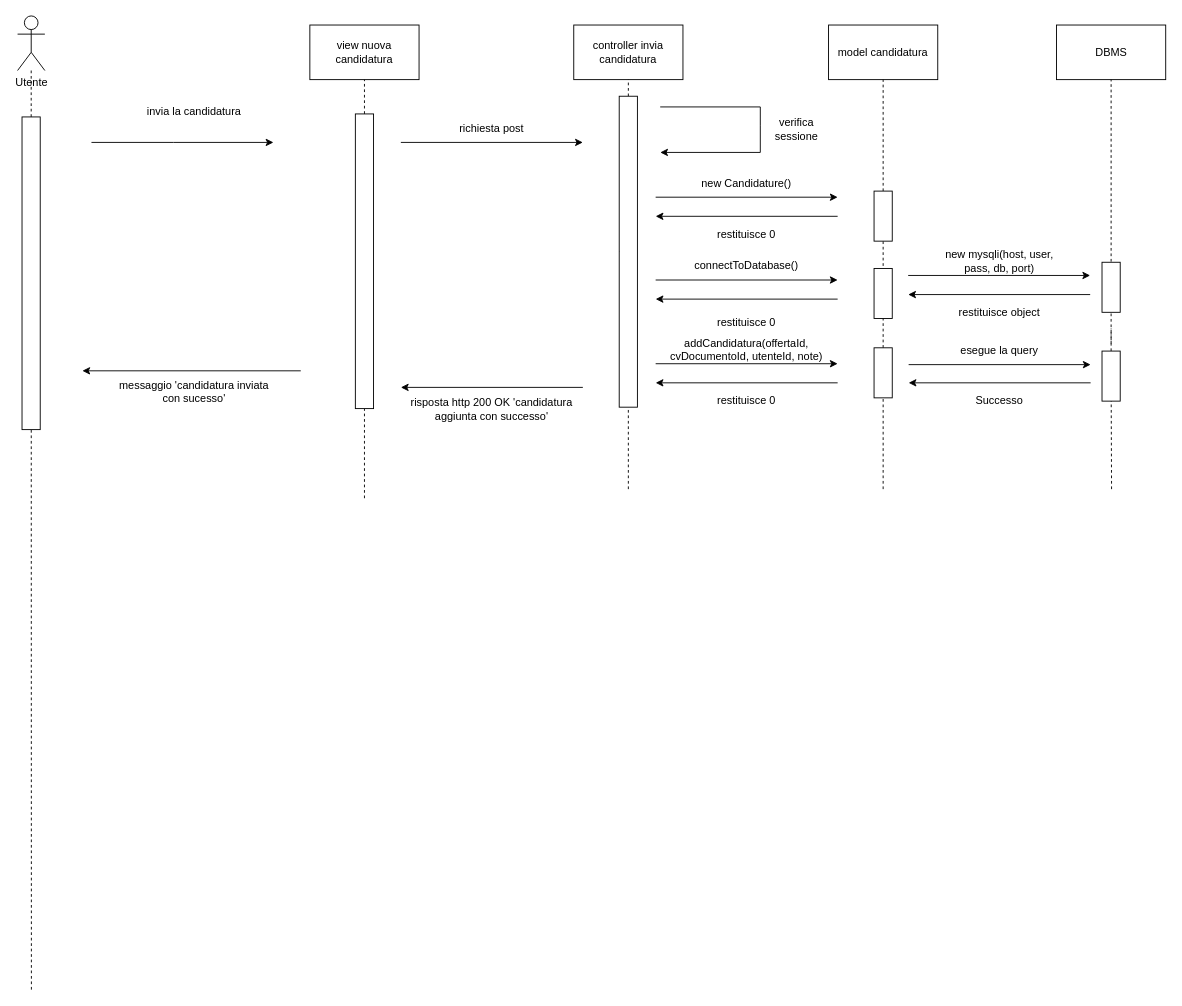
Earlier version of the draw.io diagram schemi/user/invia candidatura.drawio (Mute491/bitByte). Source tidied: cells renumbered, new cells numbered last; positions are measured from the earlier drawing's top-left corner, leaving out a move shared by most shapes. Both pictures are drawn from the tidied source at 91%, with x=0, y=0 at pixel (-126, 15).
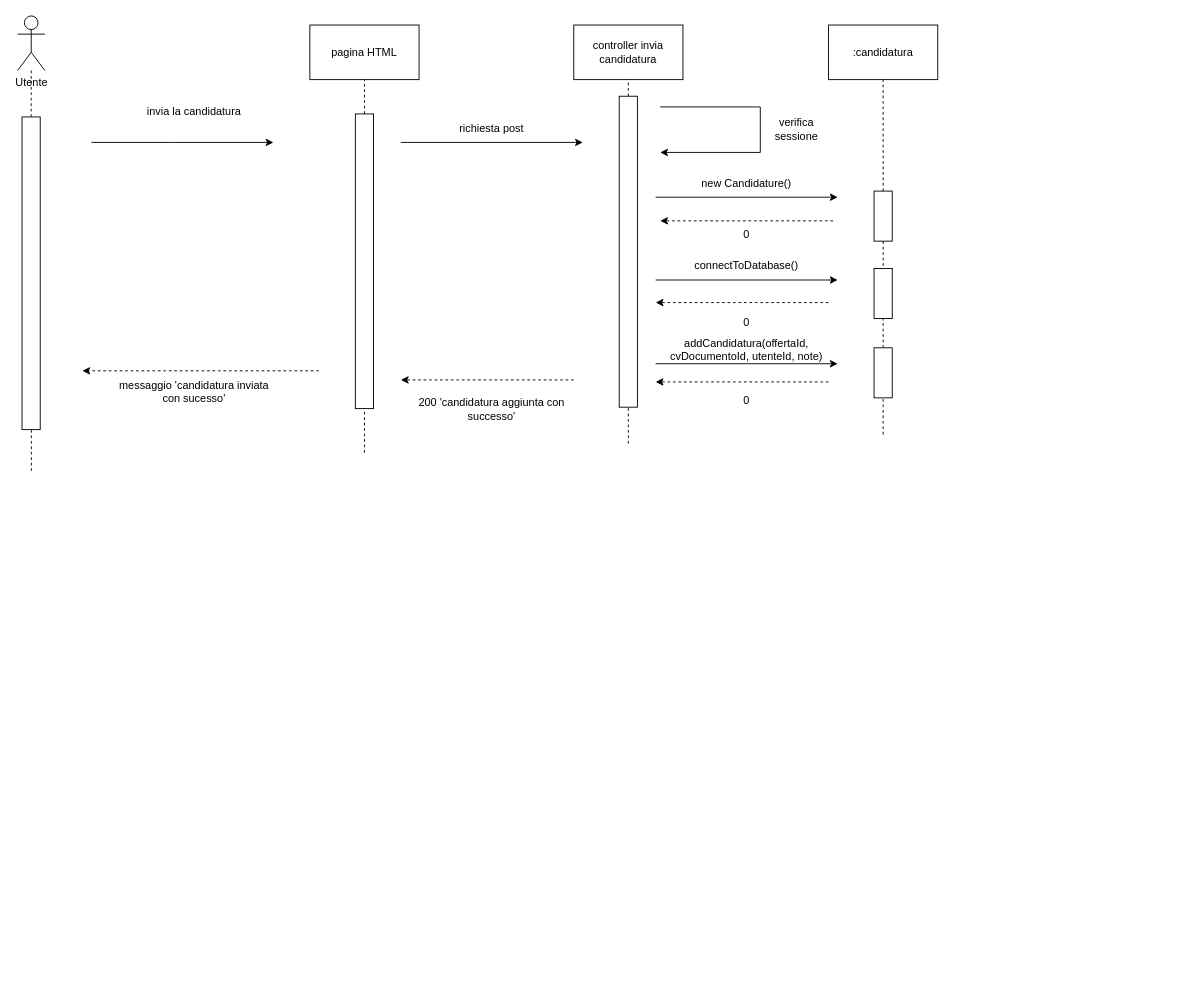
The same page after the edit.

The change refers to these unchanged cells:
```xml
<mxCell id="27" style="rounded=0;whiteSpace=wrap;html=1;rotation=90;" parent="1" vertex="1">
  <mxGeometry x="-0.1" y="272.8" width="343.6" height="20" as="geometry" />
</mxCell>
<mxCell id="32" style="rounded=0;whiteSpace=wrap;html=1;rotation=90;" parent="1" vertex="1">
  <mxGeometry x="376.1" y="259.6" width="323.8" height="20" as="geometry" />
</mxCell>
<mxCell id="34" style="rounded=0;whiteSpace=wrap;html=1;rotation=90;" parent="1" vertex="1">
  <mxGeometry x="1080.5" y="382.2" width="55" height="20" as="geometry" />
</mxCell>
<mxCell id="36" style="rounded=0;whiteSpace=wrap;html=1;rotation=90;" parent="1" vertex="1">
  <mxGeometry x="657.1" y="249.1" width="341.7" height="20" as="geometry" />
</mxCell>
```

Diff of the diagram source:
```diff
@@
-    <mxCell id="6" value="model candidatura" style="rounded=0;whiteSpace=wrap;html=1;" parent="1" vertex="1">
+    <mxCell id="6" value=":candidatura" style="rounded=0;whiteSpace=wrap;html=1;" parent="1" vertex="1">
       <mxGeometry x="1048" y="10" width="120" height="60" as="geometry" />
     </mxCell>
@@
-    <mxCell id="11" style="endArrow=classic;html=1;rounded=0;" parent="1" edge="1">
-      <mxGeometry relative="1" as="geometry">
-        <mxPoint x="1058" y="220.2" as="sourcePoint" />
-        <mxPoint x="858" y="220.2" as="targetPoint" />
-      </mxGeometry>
-    </mxCell>
-    <mxCell id="12" value="restituisce 0" style="text;html=1;align=center;verticalAlign=middle;whiteSpace=wrap;rounded=0;" parent="1" vertex="1">
+    <mxCell id="12" value="0" style="text;html=1;align=center;verticalAlign=middle;whiteSpace=wrap;rounded=0;" parent="1" vertex="1">
       <mxGeometry x="888" y="225.2" width="140" height="30" as="geometry" />
     </mxCell>
@@
-    <mxCell id="17" style="endArrow=classic;html=1;rounded=0;" parent="1" edge="1">
-      <mxGeometry relative="1" as="geometry">
-        <mxPoint x="1058" y="311.2" as="sourcePoint" />
-        <mxPoint x="858" y="311.2" as="targetPoint" />
-      </mxGeometry>
-    </mxCell>
-    <mxCell id="18" value="restituisce 0" style="text;html=1;align=center;verticalAlign=middle;whiteSpace=wrap;rounded=0;" parent="1" vertex="1">
+    <mxCell id="18" value="0" style="text;html=1;align=center;verticalAlign=middle;whiteSpace=wrap;rounded=0;" parent="1" vertex="1">
       <mxGeometry x="888" y="322.2" width="140" height="30" as="geometry" />
     </mxCell>
@@
-    <mxCell id="22" style="endArrow=classic;html=1;rounded=0;" parent="1" edge="1">
-      <mxGeometry relative="1" as="geometry">
-        <mxPoint x="1058" y="403.2" as="sourcePoint" />
-        <mxPoint x="858" y="403.2" as="targetPoint" />
-      </mxGeometry>
-    </mxCell>
-    <mxCell id="23" value="restituisce 0" style="text;html=1;align=center;verticalAlign=middle;whiteSpace=wrap;rounded=0;" parent="1" vertex="1">
+    <mxCell id="23" value="0" style="text;html=1;align=center;verticalAlign=middle;whiteSpace=wrap;rounded=0;" parent="1" vertex="1">
       <mxGeometry x="888" y="408.2" width="140" height="30" as="geometry" />
     </mxCell>
-    <mxCell id="24" value="view nuova candidatura" style="rounded=0;whiteSpace=wrap;html=1;" parent="1" vertex="1">
+    <mxCell id="24" value="pagina HTML" style="rounded=0;whiteSpace=wrap;html=1;" parent="1" vertex="1">
       <mxGeometry x="478" y="10" width="120" height="60" as="geometry" />
     </mxCell>
@@
     <mxCell id="26" style="endArrow=none;dashed=1;html=1;rounded=0;" parent="1" edge="1" target="27">
       <mxGeometry relative="1" as="geometry">
-        <mxPoint x="172" y="1070" as="sourcePoint" />
+        <mxPoint x="172" y="500" as="sourcePoint" />
         <Array as="points">
           <mxPoint x="171.8" y="301" />
         </Array>
       </mxGeometry>
     </mxCell>
@@
     <mxCell id="30" style="endArrow=none;dashed=1;html=1;rounded=0;" parent="1" edge="1" target="36">
       <mxGeometry relative="1" as="geometry">
-        <mxPoint x="828" y="520" as="sourcePoint" />
+        <mxPoint x="828" y="470" as="sourcePoint" />
       </mxGeometry>
     </mxCell>
     <mxCell id="31" style="endArrow=none;dashed=1;html=1;rounded=0;" parent="1" edge="1" target="32">
       <mxGeometry relative="1" as="geometry">
-        <mxPoint x="538" y="530" as="sourcePoint" />
+        <mxPoint x="538" y="480" as="sourcePoint" />
       </mxGeometry>
     </mxCell>
@@
     <mxCell id="33" style="endArrow=none;dashed=1;html=1;rounded=0;" parent="1" edge="1" target="34">
       <mxGeometry relative="1" as="geometry">
-        <mxPoint x="1108" y="520" as="sourcePoint" />
+        <mxPoint x="1108" y="460" as="sourcePoint" />
       </mxGeometry>
     </mxCell>
@@
-    <mxCell id="37" style="endArrow=classic;html=1;rounded=0;" parent="1" edge="1">
-      <mxGeometry relative="1" as="geometry">
-        <mxPoint x="778" y="408.2" as="sourcePoint" />
-        <mxPoint x="578" y="408.2" as="targetPoint" />
-      </mxGeometry>
-    </mxCell>
-    <mxCell id="38" value="risposta http 200 OK 'candidatura aggiunta con successo'" style="text;html=1;align=center;verticalAlign=middle;whiteSpace=wrap;rounded=0;" parent="1" vertex="1">
+    <mxCell id="38" value="200 'candidatura aggiunta con successo'" style="text;html=1;align=center;verticalAlign=middle;whiteSpace=wrap;rounded=0;" parent="1" vertex="1">
       <mxGeometry x="588" y="413.2" width="180" height="36.8" as="geometry" />
     </mxCell>
@@
-    <mxCell id="42" style="endArrow=classic;html=1;rounded=0;" parent="1" edge="1">
-      <mxGeometry relative="1" as="geometry">
-        <mxPoint x="468" y="390" as="sourcePoint" />
-        <mxPoint x="228" y="390" as="targetPoint" />
-      </mxGeometry>
-    </mxCell>
@@
-    <mxCell id="44" value="DBMS" style="rounded=0;whiteSpace=wrap;html=1;" parent="1" vertex="1">
-      <mxGeometry x="1298.5" y="10" width="120" height="60" as="geometry" />
-    </mxCell>
-    <mxCell id="45" style="endArrow=none;dashed=1;html=1;rounded=0;entryX=0.5;entryY=1;entryDx=0;entryDy=0;" parent="1" edge="1" target="44">
-      <mxGeometry relative="1" as="geometry">
-        <mxPoint x="1358.5" y="360" as="sourcePoint" />
-      </mxGeometry>
-    </mxCell>
-    <mxCell id="46" style="endArrow=none;dashed=1;html=1;rounded=0;" parent="1" edge="1" source="53">
-      <mxGeometry relative="1" as="geometry">
-        <mxPoint x="1358.5" y="343.5" as="targetPoint" />
-      </mxGeometry>
-    </mxCell>
-    <mxCell id="47" style="rounded=0;whiteSpace=wrap;html=1;rotation=90;" parent="1" vertex="1">
-      <mxGeometry x="1331" y="288.2" width="55" height="20" as="geometry" />
-    </mxCell>
-    <mxCell id="48" style="endArrow=classic;html=1;rounded=0;" parent="1" edge="1">
-      <mxGeometry relative="1" as="geometry">
-        <mxPoint x="1135.5" y="285.2" as="sourcePoint" />
-        <mxPoint x="1335.5" y="285.2" as="targetPoint" />
-      </mxGeometry>
-    </mxCell>
-    <mxCell id="49" value="new mysqli(host, user, pass, db, port)" style="text;html=1;align=center;verticalAlign=middle;whiteSpace=wrap;rounded=0;" parent="1" vertex="1">
-      <mxGeometry x="1165.5" y="255.2" width="140" height="30" as="geometry" />
-    </mxCell>
-    <mxCell id="50" style="endArrow=classic;html=1;rounded=0;" parent="1" edge="1">
-      <mxGeometry relative="1" as="geometry">
-        <mxPoint x="1335.5" y="306.2" as="sourcePoint" />
-        <mxPoint x="1135.5" y="306.2" as="targetPoint" />
-      </mxGeometry>
-    </mxCell>
-    <mxCell id="51" value="restituisce object" style="text;html=1;align=center;verticalAlign=middle;whiteSpace=wrap;rounded=0;" parent="1" vertex="1">
-      <mxGeometry x="1165.5" y="311.2" width="140" height="30" as="geometry" />
-    </mxCell>
-    <mxCell id="52" style="endArrow=none;dashed=1;html=1;rounded=0;" parent="1" edge="1" target="53">
-      <mxGeometry relative="1" as="geometry">
-        <mxPoint x="1359" y="520" as="sourcePoint" />
-      </mxGeometry>
-    </mxCell>
-    <mxCell id="53" style="rounded=0;whiteSpace=wrap;html=1;rotation=90;" parent="1" vertex="1">
-      <mxGeometry x="1331" y="385.8" width="55" height="20" as="geometry" />
-    </mxCell>
-    <mxCell id="54" style="endArrow=classic;html=1;rounded=0;" parent="1" edge="1">
-      <mxGeometry relative="1" as="geometry">
-        <mxPoint x="1136" y="383.2" as="sourcePoint" />
-        <mxPoint x="1336" y="383.2" as="targetPoint" />
-      </mxGeometry>
-    </mxCell>
-    <mxCell id="55" value="esegue la query" style="text;html=1;align=center;verticalAlign=middle;whiteSpace=wrap;rounded=0;" parent="1" vertex="1">
-      <mxGeometry x="1166" y="353.2" width="140" height="30" as="geometry" />
-    </mxCell>
-    <mxCell id="56" style="endArrow=classic;html=1;rounded=0;" parent="1" edge="1">
-      <mxGeometry relative="1" as="geometry">
-        <mxPoint x="1336" y="403.2" as="sourcePoint" />
-        <mxPoint x="1136" y="403.2" as="targetPoint" />
-      </mxGeometry>
-    </mxCell>
-    <mxCell id="57" value="Successo" style="text;html=1;align=center;verticalAlign=middle;whiteSpace=wrap;rounded=0;" parent="1" vertex="1">
-      <mxGeometry x="1166" y="408.2" width="140" height="30" as="geometry" />
-    </mxCell>
+    <mxCell id="58" style="html=1;labelBackgroundColor=#ffffff;startArrow=none;startFill=0;startSize=6;endArrow=classic;endFill=1;endSize=6;jettySize=auto;orthogonalLoop=1;strokeWidth=1;dashed=1;fontSize=14;rounded=0;" parent="1" edge="1">
+      <mxGeometry relative="1" as="geometry">
+        <mxPoint x="768" y="400" as="sourcePoint" />
+        <mxPoint x="578" y="400" as="targetPoint" />
+      </mxGeometry>
+    </mxCell>
+    <mxCell id="59" style="html=1;labelBackgroundColor=#ffffff;startArrow=none;startFill=0;startSize=6;endArrow=classic;endFill=1;endSize=6;jettySize=auto;orthogonalLoop=1;strokeWidth=1;dashed=1;fontSize=14;rounded=0;" parent="1" edge="1">
+      <mxGeometry relative="1" as="geometry">
+        <mxPoint x="1048" y="402.2" as="sourcePoint" />
+        <mxPoint x="858" y="402.2" as="targetPoint" />
+      </mxGeometry>
+    </mxCell>
+    <mxCell id="60" style="html=1;labelBackgroundColor=#ffffff;startArrow=none;startFill=0;startSize=6;endArrow=classic;endFill=1;endSize=6;jettySize=auto;orthogonalLoop=1;strokeWidth=1;dashed=1;fontSize=14;rounded=0;" parent="1" edge="1">
+      <mxGeometry relative="1" as="geometry">
+        <mxPoint x="1048" y="315" as="sourcePoint" />
+        <mxPoint x="858" y="315" as="targetPoint" />
+      </mxGeometry>
+    </mxCell>
+    <mxCell id="61" style="html=1;labelBackgroundColor=#ffffff;startArrow=none;startFill=0;startSize=6;endArrow=classic;endFill=1;endSize=6;jettySize=auto;orthogonalLoop=1;strokeWidth=1;dashed=1;fontSize=14;rounded=0;" parent="1" edge="1">
+      <mxGeometry relative="1" as="geometry">
+        <mxPoint x="1053" y="225.2" as="sourcePoint" />
+        <mxPoint x="863" y="225.2" as="targetPoint" />
+      </mxGeometry>
+    </mxCell>
+    <mxCell id="62" style="html=1;labelBackgroundColor=#ffffff;startArrow=none;startFill=0;startSize=6;endArrow=classic;endFill=1;endSize=6;jettySize=auto;orthogonalLoop=1;strokeWidth=1;dashed=1;fontSize=14;rounded=0;" parent="1" edge="1">
+      <mxGeometry relative="1" as="geometry">
+        <mxPoint x="488" y="390" as="sourcePoint" />
+        <mxPoint x="228" y="390" as="targetPoint" />
+      </mxGeometry>
+    </mxCell>
```
